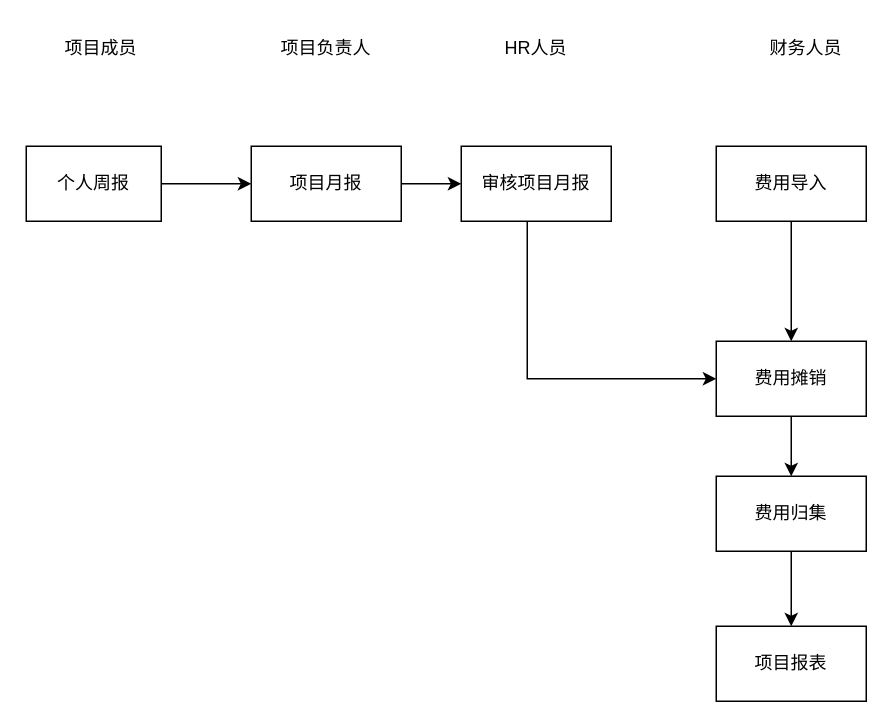
The draw.io diagram page "总体流程" (1 of 2) of shrine-doc/研发项目管理流程.drawio in easefulfil/CLOUDCARE, before the edit. Source tidied: cells renumbered, new cells numbered last; positions are measured from the earlier drawing's top-left corner, leaving out a move shared by most shapes. Both pictures are drawn from the tidied source at 150%, with x=0, y=0 at pixel (26, 26).
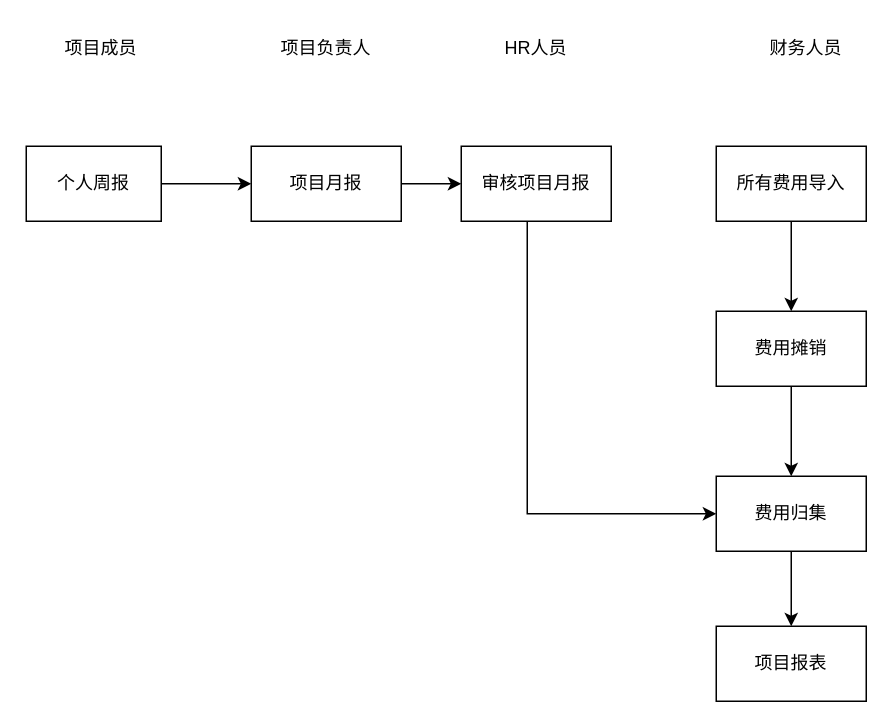
The same diagram, later.

Change to the diagram source:
```diff
@@
 <mxGraphModel>
   <root>
     <mxCell id="0" />
     <mxCell id="1" parent="0" />
     <mxCell id="2" style="edgeStyle=orthogonalEdgeStyle;rounded=0;jettySize=auto;html=1;entryX=0.5;entryY=0;entryDx=0;entryDy=0;" parent="1" edge="1" source="3" target="8">
       <mxGeometry relative="1" as="geometry" />
     </mxCell>
-    <mxCell id="3" value="费用导入" style="rounded=0;whiteSpace=wrap;html=1;" parent="1" vertex="1">
+    <mxCell id="3" value="所有费用导入" style="rounded=0;whiteSpace=wrap;html=1;" parent="1" vertex="1">
       <mxGeometry x="460" y="80" width="100" height="50" as="geometry" />
     </mxCell>
-    <mxCell id="4" style="edgeStyle=orthogonalEdgeStyle;rounded=0;jettySize=auto;html=1;entryX=0;entryY=0.5;entryDx=0;entryDy=0;exitX=0.44;exitY=1.01;exitDx=0;exitDy=0;exitPerimeter=0;" parent="1" edge="1" source="18" target="8">
+    <mxCell id="4" style="edgeStyle=orthogonalEdgeStyle;rounded=0;jettySize=auto;html=1;entryX=0;entryY=0.5;entryDx=0;entryDy=0;exitX=0.44;exitY=1.01;exitDx=0;exitDy=0;exitPerimeter=0;" parent="1" edge="1" source="18" target="10">
       <mxGeometry relative="1" as="geometry" />
     </mxCell>
     <mxCell id="5" style="edgeStyle=orthogonalEdgeStyle;rounded=0;jettySize=auto;html=1;entryX=0;entryY=0.5;entryDx=0;entryDy=0;" parent="1" edge="1" source="6" target="18">
       <mxGeometry relative="1" as="geometry" />
     </mxCell>
     <mxCell id="6" value="项目月报" style="rounded=0;whiteSpace=wrap;html=1;" parent="1" vertex="1">
       <mxGeometry x="150" y="80" width="100" height="50" as="geometry" />
     </mxCell>
     <mxCell id="7" style="edgeStyle=orthogonalEdgeStyle;rounded=0;jettySize=auto;html=1;entryX=0.5;entryY=0;entryDx=0;entryDy=0;" parent="1" edge="1" source="8" target="10">
       <mxGeometry relative="1" as="geometry" />
     </mxCell>
     <mxCell id="8" value="费用摊销" style="rounded=0;whiteSpace=wrap;html=1;" parent="1" vertex="1">
-      <mxGeometry x="460" y="210" width="100" height="50" as="geometry" />
+      <mxGeometry x="460" y="190" width="100" height="50" as="geometry" />
     </mxCell>
     <mxCell id="9" style="edgeStyle=orthogonalEdgeStyle;rounded=0;jettySize=auto;html=1;entryX=0.5;entryY=0;entryDx=0;entryDy=0;" parent="1" edge="1" source="10" target="11">
       <mxGeometry relative="1" as="geometry" />
     </mxCell>
     <mxCell id="10" value="费用归集" style="rounded=0;whiteSpace=wrap;html=1;" parent="1" vertex="1">
       <mxGeometry x="460" y="300" width="100" height="50" as="geometry" />
     </mxCell>
     <mxCell id="11" value="项目报表" style="rounded=0;whiteSpace=wrap;html=1;" parent="1" vertex="1">
       <mxGeometry x="460" y="400" width="100" height="50" as="geometry" />
     </mxCell>
     <mxCell id="12" value="项目负责人" style="text;html=1;strokeColor=none;fillColor=none;align=center;verticalAlign=middle;whiteSpace=wrap;rounded=0;" parent="1" vertex="1">
       <mxGeometry x="160" width="80" height="30" as="geometry" />
     </mxCell>
     <mxCell id="13" value="财务人员" style="text;html=1;strokeColor=none;fillColor=none;align=center;verticalAlign=middle;whiteSpace=wrap;rounded=0;" parent="1" vertex="1">
       <mxGeometry x="480" width="80" height="30" as="geometry" />
     </mxCell>
     <mxCell id="14" value="项目成员" style="text;html=1;strokeColor=none;fillColor=none;align=center;verticalAlign=middle;whiteSpace=wrap;rounded=0;" parent="1" vertex="1">
       <mxGeometry x="10" width="80" height="30" as="geometry" />
     </mxCell>
     <mxCell id="15" style="edgeStyle=orthogonalEdgeStyle;rounded=0;jettySize=auto;html=1;entryX=0;entryY=0.5;entryDx=0;entryDy=0;" parent="1" edge="1" source="16" target="6">
       <mxGeometry relative="1" as="geometry" />
     </mxCell>
     <mxCell id="16" value="个人周报" style="rounded=0;whiteSpace=wrap;html=1;" parent="1" vertex="1">
       <mxGeometry y="80" width="90" height="50" as="geometry" />
     </mxCell>
     <mxCell id="17" value="HR人员" style="text;html=1;strokeColor=none;fillColor=none;align=center;verticalAlign=middle;whiteSpace=wrap;rounded=0;" parent="1" vertex="1">
       <mxGeometry x="300" width="80" height="30" as="geometry" />
     </mxCell>
     <mxCell id="18" value="审核项目月报" style="rounded=0;whiteSpace=wrap;html=1;" parent="1" vertex="1">
       <mxGeometry x="290" y="80" width="100" height="50" as="geometry" />
     </mxCell>
   </root>
 </mxGraphModel>
```
